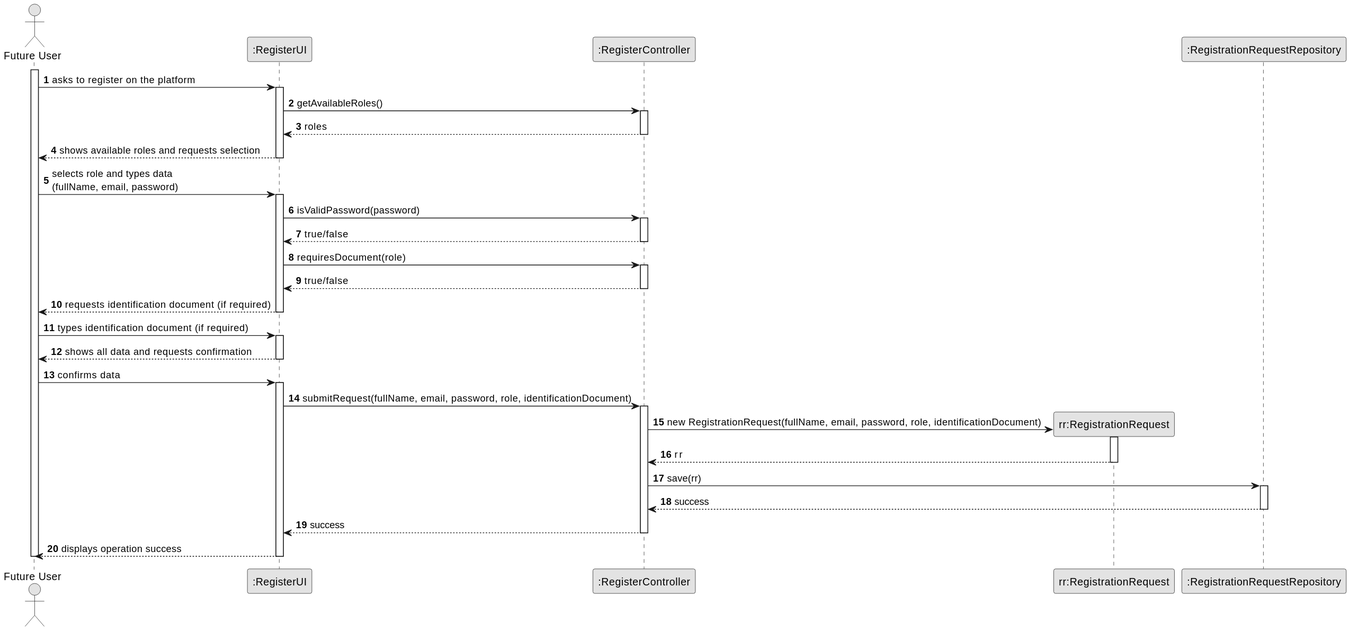
Before: docs/system-documentation/US01/03.design/svg/US01_SD.svg, a diagram exported from PlantUML (brunodspinto/crystal-clear-platform).
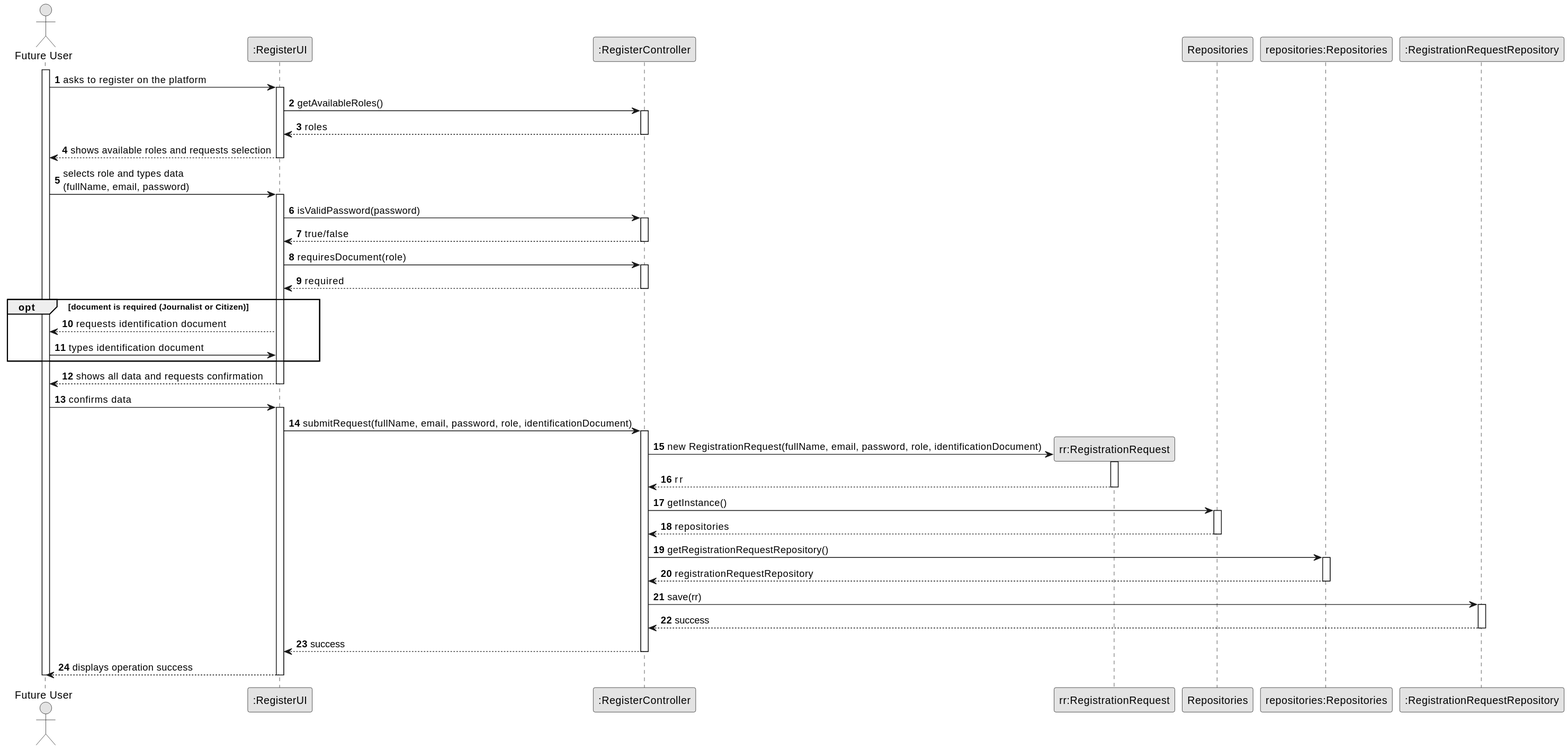
The same diagram one commit later.

Diff of the diagram source:
```diff
@@ -9,6 +9,8 @@
 participant ":RegisterUI" as UI
 participant ":RegisterController" as CTRL
 participant "rr:RegistrationRequest" as RR
+participant "Repositories" as REPOS
+participant "repositories:Repositories" as REPOS_SINGLETON
 participant ":RegistrationRequestRepository" as REPO
 
 activate User
@@ -30,13 +32,14 @@
         deactivate CTRL
         UI -> CTRL : requiresDocument(role)
         activate CTRL
-            CTRL --> UI : true/false
+            CTRL --> UI : required
         deactivate CTRL
-        UI --> User : requests identification document (if required)
-    deactivate UI
 
-    User -> UI : types identification document (if required)
-    activate UI
+        opt document is required (Journalist or Citizen)
+            UI --> User : requests identification document
+            User -> UI : types identification document
+        end
+
         UI --> User : shows all data and requests confirmation
     deactivate UI
 
@@ -51,6 +54,16 @@
                 RR --> CTRL : rr
             deactivate RR
 
+            CTRL -> REPOS : getInstance()
+            activate REPOS
+                REPOS --> CTRL : repositories
+            deactivate REPOS
+
+            CTRL -> REPOS_SINGLETON : getRegistrationRequestRepository()
+            activate REPOS_SINGLETON
+                REPOS_SINGLETON --> CTRL : registrationRequestRepository
+            deactivate REPOS_SINGLETON
+
             CTRL -> REPO : save(rr)
             activate REPO
                 REPO --> CTRL : success
```
